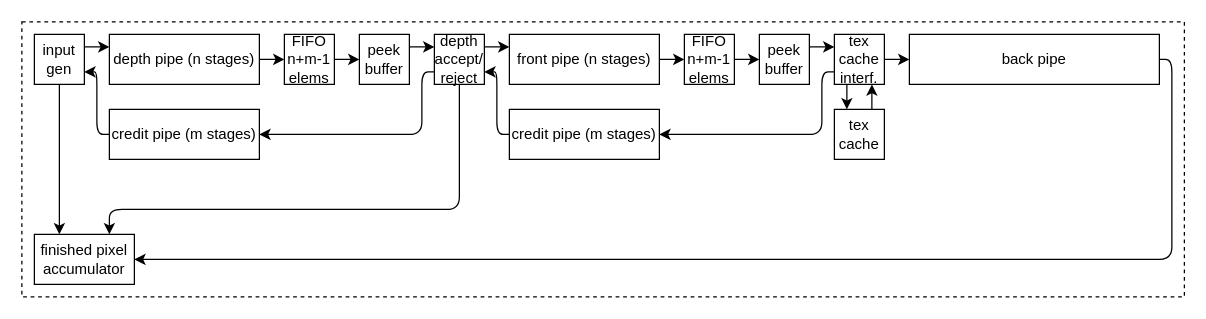
Above: doc/color-thrust-pipes.drawio in xenowing/xenowing (draw.io), before the change. Source tidied: cells renumbered, new cells numbered last; positions are measured from the earlier drawing's top-left corner, leaving out a move shared by most shapes. Both pictures are drawn from the tidied source at 125%, with x=0, y=0 at pixel (21, 21).
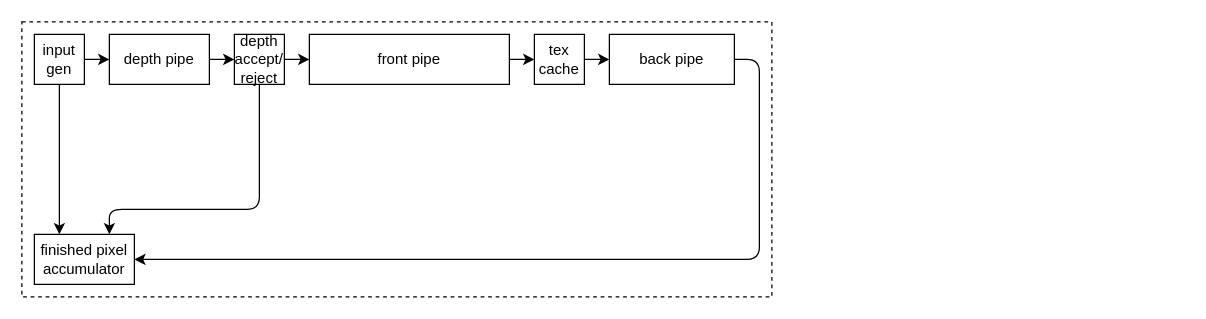
After the change.

Commit message (it also covers changes not shown here):
Initial texture cache impl

Unchanged cells that the change refers to:
```xml
<mxCell id="9" value="input gen" style="rounded=0;whiteSpace=wrap;html=1;" parent="1" vertex="1">
  <mxGeometry x="10" y="10" width="40" height="40" as="geometry" />
</mxCell>
<mxCell id="31" value="finished pixel accumulator" style="rounded=0;whiteSpace=wrap;html=1;align=center;" parent="1" vertex="1">
  <mxGeometry x="10" y="170" width="80" height="40" as="geometry" />
</mxCell>
```

Diff of the diagram source:
```diff
@@
     <mxCell id="2" style="rounded=0;whiteSpace=wrap;html=1;dashed=1;" parent="1" vertex="1">
-      <mxGeometry width="930" height="220" as="geometry" />
+      <mxGeometry width="600" height="220" as="geometry" />
     </mxCell>
-    <mxCell id="3" value="front pipe (n stages)" style="rounded=0;whiteSpace=wrap;html=1;" parent="1" vertex="1">
-      <mxGeometry x="390" y="10" width="120" height="40" as="geometry" />
+    <mxCell id="3" value="front pipe" style="rounded=0;whiteSpace=wrap;html=1;" parent="1" vertex="1">
+      <mxGeometry x="230" y="10" width="160" height="40" as="geometry" />
     </mxCell>
     <mxCell id="4" value="back pipe" style="rounded=0;whiteSpace=wrap;html=1;" parent="1" vertex="1">
-      <mxGeometry x="710" y="10" width="200" height="40" as="geometry" />
+      <mxGeometry x="470" y="10" width="100" height="40" as="geometry" />
     </mxCell>
-    <mxCell id="5" value="peek buffer" style="rounded=0;whiteSpace=wrap;html=1;" parent="1" vertex="1">
-      <mxGeometry x="590" y="10" width="40" height="40" as="geometry" />
-    </mxCell>
-    <mxCell id="6" style="endArrow=classic;html=1;exitX=1;exitY=0.25;exitDx=0;exitDy=0;entryX=0;entryY=0.25;entryDx=0;entryDy=0;" parent="1" edge="1" source="9" target="20">
+    <mxCell id="6" style="endArrow=classic;html=1;exitX=1;exitY=0.5;exitDx=0;exitDy=0;entryX=0;entryY=0.5;entryDx=0;entryDy=0;" parent="1" edge="1" source="9" target="20">
       <mxGeometry relative="1" as="geometry" />
     </mxCell>
-    <mxCell id="7" style="endArrow=classic;html=1;entryX=0;entryY=0.25;entryDx=0;entryDy=0;exitX=1;exitY=0.25;exitDx=0;exitDy=0;exitPerimeter=0;" parent="1" edge="1" source="5" target="10">
-      <mxGeometry relative="1" as="geometry" />
-    </mxCell>
-    <mxCell id="8" value="tex cache" style="rounded=0;whiteSpace=wrap;html=1;" parent="1" vertex="1">
-      <mxGeometry x="650" y="70" width="40" height="40" as="geometry" />
-    </mxCell>
@@
-    <mxCell id="10" value="tex cache interf." style="rounded=0;whiteSpace=wrap;html=1;" parent="1" vertex="1">
-      <mxGeometry x="650" y="10" width="40" height="40" as="geometry" />
+    <mxCell id="10" value="tex cache" style="rounded=0;whiteSpace=wrap;html=1;" parent="1" vertex="1">
+      <mxGeometry x="410" y="10" width="40" height="40" as="geometry" />
     </mxCell>
-    <mxCell id="11" style="endArrow=classic;html=1;exitX=0.25;exitY=1;exitDx=0;exitDy=0;entryX=0.25;entryY=0;entryDx=0;entryDy=0;" parent="1" edge="1" source="10" target="8">
-      <mxGeometry relative="1" as="geometry" />
-    </mxCell>
-    <mxCell id="12" style="endArrow=classic;html=1;entryX=0.75;entryY=1;entryDx=0;entryDy=0;exitX=0.75;exitY=0;exitDx=0;exitDy=0;" parent="1" edge="1" source="8" target="10">
-      <mxGeometry relative="1" as="geometry" />
-    </mxCell>
     <mxCell id="13" style="endArrow=classic;html=1;exitX=1;exitY=0.5;exitDx=0;exitDy=0;entryX=0;entryY=0.5;entryDx=0;entryDy=0;" parent="1" edge="1" target="4">
       <mxGeometry relative="1" as="geometry">
-        <mxPoint x="690" y="30" as="sourcePoint" />
+        <mxPoint x="450" y="30" as="sourcePoint" />
       </mxGeometry>
     </mxCell>
-    <mxCell id="14" value="credit pipe (m stages)" style="rounded=0;whiteSpace=wrap;html=1;" parent="1" vertex="1">
-      <mxGeometry x="390" y="70" width="120" height="40" as="geometry" />
-    </mxCell>
-    <mxCell id="15" style="endArrow=classic;html=1;entryX=1;entryY=0.75;entryDx=0;entryDy=0;" parent="1" edge="1" target="9">
-      <mxGeometry relative="1" as="geometry">
-        <mxPoint x="70" y="90" as="sourcePoint" />
-        <Array as="points">
-          <mxPoint x="60" y="90" />
-          <mxPoint x="60" y="40" />
-        </Array>
-      </mxGeometry>
-    </mxCell>
-    <mxCell id="16" style="endArrow=classic;html=1;exitX=0;exitY=0.75;exitDx=0;exitDy=0;entryX=1;entryY=0.5;entryDx=0;entryDy=0;" parent="1" edge="1" source="10" target="14">
-      <mxGeometry relative="1" as="geometry">
-        <Array as="points">
-          <mxPoint x="640" y="40" />
-          <mxPoint x="640" y="90" />
-        </Array>
-      </mxGeometry>
-    </mxCell>
-    <mxCell id="17" value="FIFO&lt;br&gt;n+m-1 elems" style="rounded=0;whiteSpace=wrap;html=1;" parent="1" vertex="1">
-      <mxGeometry x="530" y="10" width="40" height="40" as="geometry" />
-    </mxCell>
-    <mxCell id="18" style="endArrow=classic;html=1;fontColor=#FF00FF;exitX=1;exitY=0.5;exitDx=0;exitDy=0;entryX=0;entryY=0.5;entryDx=0;entryDy=0;" parent="1" edge="1" source="3" target="17">
-      <mxGeometry relative="1" as="geometry" />
+    <mxCell id="18" style="endArrow=classic;html=1;fontColor=#FF00FF;exitX=1;exitY=0.5;exitDx=0;exitDy=0;entryX=0;entryY=0.5;entryDx=0;entryDy=0;" parent="1" edge="1" source="3">
+      <mxGeometry relative="1" as="geometry">
+        <mxPoint x="410" y="30" as="targetPoint" />
+      </mxGeometry>
     </mxCell>
-    <mxCell id="19" style="endArrow=classic;html=1;fontColor=#FF00FF;entryX=0;entryY=0.5;entryDx=0;entryDy=0;exitX=1;exitY=0.5;exitDx=0;exitDy=0;" parent="1" edge="1" source="17" target="5">
-      <mxGeometry relative="1" as="geometry" />
-    </mxCell>
-    <mxCell id="20" value="depth pipe (n stages)" style="rounded=0;whiteSpace=wrap;html=1;" parent="1" vertex="1">
-      <mxGeometry x="70" y="10" width="120" height="40" as="geometry" />
+    <mxCell id="20" value="depth pipe" style="rounded=0;whiteSpace=wrap;html=1;" parent="1" vertex="1">
+      <mxGeometry x="70" y="10" width="80" height="40" as="geometry" />
     </mxCell>
-    <mxCell id="21" value="peek buffer" style="rounded=0;whiteSpace=wrap;html=1;" parent="1" vertex="1">
-      <mxGeometry x="270" y="10" width="40" height="40" as="geometry" />
-    </mxCell>
-    <mxCell id="22" style="endArrow=classic;html=1;entryX=0;entryY=0.25;entryDx=0;entryDy=0;exitX=1;exitY=0.25;exitDx=0;exitDy=0;exitPerimeter=0;" parent="1" edge="1" source="21" target="23">
+    <mxCell id="22" style="endArrow=classic;html=1;entryX=0;entryY=0.5;entryDx=0;entryDy=0;exitX=1;exitY=0.5;exitDx=0;exitDy=0;" parent="1" edge="1" source="20" target="23">
       <mxGeometry relative="1" as="geometry" />
     </mxCell>
     <mxCell id="23" value="depth accept/&lt;br&gt;reject" style="rounded=0;whiteSpace=wrap;html=1;" parent="1" vertex="1">
-      <mxGeometry x="330" y="10" width="40" height="40" as="geometry" />
+      <mxGeometry x="170" y="10" width="40" height="40" as="geometry" />
     </mxCell>
-    <mxCell id="24" value="credit pipe (m stages)" style="rounded=0;whiteSpace=wrap;html=1;" parent="1" vertex="1">
-      <mxGeometry x="70" y="70" width="120" height="40" as="geometry" />
-    </mxCell>
-    <mxCell id="25" style="endArrow=classic;html=1;exitX=0;exitY=0.75;exitDx=0;exitDy=0;entryX=1;entryY=0.5;entryDx=0;entryDy=0;" parent="1" edge="1" source="23" target="24">
-      <mxGeometry relative="1" as="geometry">
-        <Array as="points">
-          <mxPoint x="320" y="40" />
-          <mxPoint x="320" y="90" />
-        </Array>
-      </mxGeometry>
-    </mxCell>
-    <mxCell id="26" value="FIFO&lt;br&gt;n+m-1 elems" style="rounded=0;whiteSpace=wrap;html=1;" parent="1" vertex="1">
-      <mxGeometry x="210" y="10" width="40" height="40" as="geometry" />
-    </mxCell>
-    <mxCell id="27" style="endArrow=classic;html=1;fontColor=#FF00FF;exitX=1;exitY=0.5;exitDx=0;exitDy=0;entryX=0;entryY=0.5;entryDx=0;entryDy=0;" parent="1" edge="1" source="20" target="26">
-      <mxGeometry relative="1" as="geometry" />
-    </mxCell>
-    <mxCell id="28" style="endArrow=classic;html=1;fontColor=#FF00FF;entryX=0;entryY=0.5;entryDx=0;entryDy=0;exitX=1;exitY=0.5;exitDx=0;exitDy=0;" parent="1" edge="1" source="26" target="21">
-      <mxGeometry relative="1" as="geometry" />
-    </mxCell>
-    <mxCell id="29" style="endArrow=classic;html=1;fontColor=#FF00FF;exitX=1;exitY=0.25;exitDx=0;exitDy=0;entryX=0;entryY=0.25;entryDx=0;entryDy=0;" parent="1" edge="1" source="23" target="3">
+    <mxCell id="29" style="endArrow=classic;html=1;fontColor=#FF00FF;exitX=1;exitY=0.5;exitDx=0;exitDy=0;entryX=0;entryY=0.5;entryDx=0;entryDy=0;" parent="1" edge="1" source="23" target="3">
       <mxGeometry relative="1" as="geometry" />
     </mxCell>
-    <mxCell id="30" style="endArrow=classic;html=1;fontColor=#FF00FF;entryX=1;entryY=0.75;entryDx=0;entryDy=0;exitX=0;exitY=0.5;exitDx=0;exitDy=0;" parent="1" edge="1" source="14" target="23">
-      <mxGeometry relative="1" as="geometry">
-        <Array as="points">
-          <mxPoint x="380" y="90" />
-          <mxPoint x="380" y="40" />
-        </Array>
-      </mxGeometry>
-    </mxCell>
@@
     <mxCell id="33" style="endArrow=classic;html=1;fontColor=#000000;exitX=0.5;exitY=1;exitDx=0;exitDy=0;entryX=0.75;entryY=0;entryDx=0;entryDy=0;" parent="1" edge="1" source="23" target="31">
       <mxGeometry relative="1" as="geometry">
         <Array as="points">
-          <mxPoint x="350" y="150" />
+          <mxPoint x="190" y="150" />
           <mxPoint x="70" y="150" />
         </Array>
       </mxGeometry>
     </mxCell>
     <mxCell id="34" style="endArrow=classic;html=1;fontColor=#000000;exitX=1;exitY=0.5;exitDx=0;exitDy=0;entryX=1;entryY=0.5;entryDx=0;entryDy=0;" parent="1" edge="1" source="4" target="31">
       <mxGeometry relative="1" as="geometry">
         <Array as="points">
-          <mxPoint x="920" y="30" />
-          <mxPoint x="920" y="190" />
+          <mxPoint x="590" y="30" />
+          <mxPoint x="590" y="190" />
         </Array>
       </mxGeometry>
     </mxCell>
```
